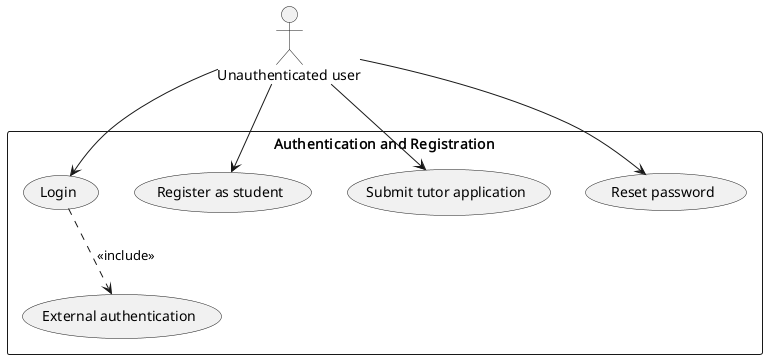
This is use-case-diagram/Authentication_Registration.png from AlexShukel/PSI2025, a PlantUML export, as it was before one commit.
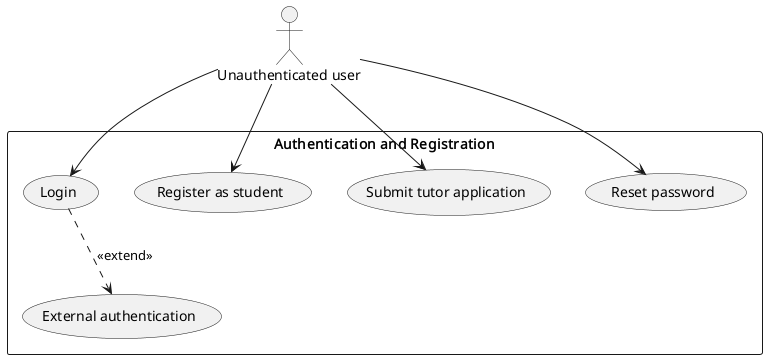
The same diagram one commit later.

Commit message:
Change include to extend

The edit, as a diff of the source:
```diff
@@ -17,7 +17,7 @@
 Anon --> UC_APP_TUT
 Anon --> UC_RST_PWD
 
-UC_LOGIN ..> UC_EXT_AUTH : <<include>>
+UC_LOGIN ..> UC_EXT_AUTH : <<extend>>
 
 
 @enduml
```
